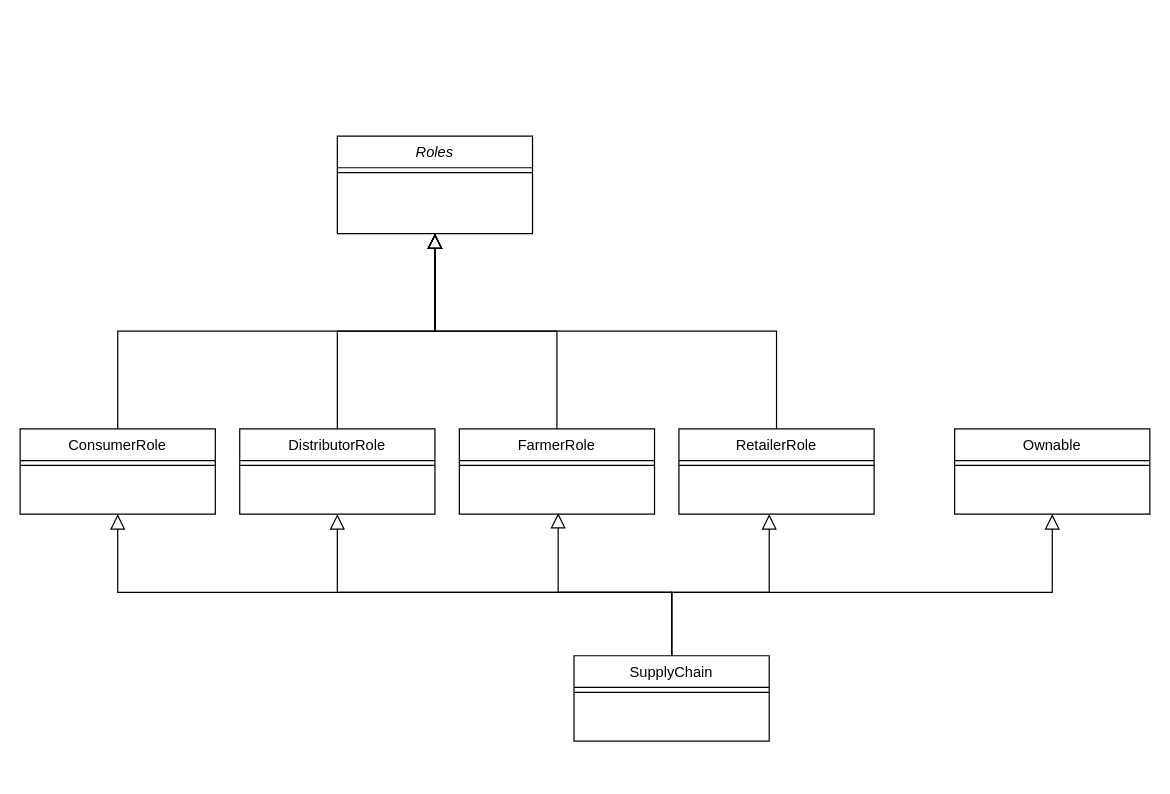
Above: project_3/diagrams/SupplyChain-Class-Diagram.drawio in icole/blockchain_nanodegree (draw.io), before the change. Source tidied: cells renumbered, new cells numbered last; positions are measured from the earlier drawing's top-left corner, leaving out a move shared by most shapes. Both pictures are drawn from the tidied source at 122%, with x=0, y=0 at pixel (20, 135).
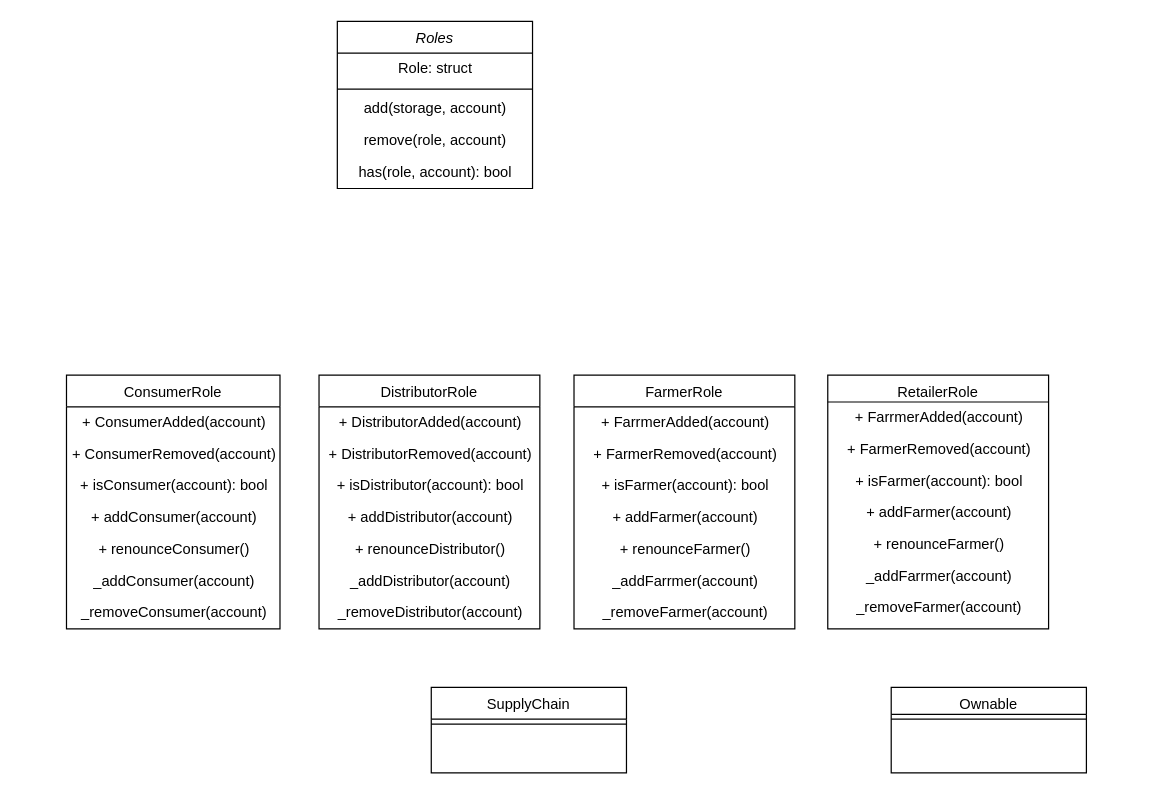
Above is the later version.

Change to the diagram source:
```diff
@@
     <mxCell id="2" value="Roles" style="swimlane;fontStyle=2;align=center;verticalAlign=top;horizontal=1;startSize=26;rounded=0;shadow=0;strokeWidth=1;" parent="1" vertex="1">
-      <mxGeometry x="260" width="160" height="80" as="geometry" />
+      <mxGeometry x="260" y="-94" width="160" height="137" as="geometry" />
     </mxCell>
+    <mxCell id="25" value="Role: struct" style="text;html=1;align=center;verticalAlign=middle;strokeColor=none;" parent="2" vertex="1">
+      <mxGeometry y="26" width="160" height="26" as="geometry" />
+    </mxCell>
     <mxCell id="3" style="line;html=1;strokeWidth=1;align=left;verticalAlign=middle;spacingTop=-1;spacingLeft=3;spacingRight=3;labelPosition=right;" parent="2" vertex="1">
-      <mxGeometry y="26" width="160" height="8" as="geometry" />
+      <mxGeometry y="52" width="160" height="7" as="geometry" />
     </mxCell>
+    <mxCell id="26" value="add(storage, account)" style="text;html=1;align=center;verticalAlign=middle;strokeColor=none;" parent="2" vertex="1">
+      <mxGeometry y="59" width="160" height="26" as="geometry" />
+    </mxCell>
+    <mxCell id="27" value="remove(role, account)" style="text;html=1;align=center;verticalAlign=middle;strokeColor=none;" parent="2" vertex="1">
+      <mxGeometry y="85" width="160" height="26" as="geometry" />
+    </mxCell>
+    <mxCell id="28" value="has(role, account): bool" style="text;html=1;align=center;verticalAlign=middle;strokeColor=none;" parent="2" vertex="1">
+      <mxGeometry y="111" width="160" height="26" as="geometry" />
+    </mxCell>
     <mxCell id="4" value="ConsumerRole" style="swimlane;fontStyle=0;align=center;verticalAlign=top;horizontal=1;startSize=26;rounded=0;shadow=0;strokeWidth=1;" parent="1" vertex="1">
-      <mxGeometry y="240" width="160" height="70" as="geometry" />
+      <mxGeometry x="38" y="196" width="175" height="208" as="geometry" />
     </mxCell>
-    <mxCell id="5" style="line;html=1;strokeWidth=1;align=left;verticalAlign=middle;spacingTop=-1;spacingLeft=3;spacingRight=3;labelPosition=right;" parent="4" vertex="1">
-      <mxGeometry y="26" width="160" height="8" as="geometry" />
-    </mxCell>
-    <mxCell id="6" style="endArrow=block;endSize=10;endFill=0;shadow=0;strokeWidth=1;rounded=0;edgeStyle=elbowEdgeStyle;elbow=vertical;" parent="1" edge="1" source="4" target="2">
-      <mxGeometry relative="1" as="geometry">
-        <Array as="points">
-          <mxPoint x="80" y="160" />
-        </Array>
-      </mxGeometry>
-    </mxCell>
-    <mxCell id="7" value="DistributorRole" style="swimlane;fontStyle=0;align=center;verticalAlign=top;horizontal=1;startSize=26;rounded=0;shadow=0;strokeWidth=1;" parent="1" vertex="1">
-      <mxGeometry x="180" y="240" width="160" height="70" as="geometry" />
-    </mxCell>
-    <mxCell id="8" style="line;html=1;strokeWidth=1;align=left;verticalAlign=middle;spacingTop=-1;spacingLeft=3;spacingRight=3;labelPosition=right;" parent="7" vertex="1">
-      <mxGeometry y="26" width="160" height="8" as="geometry" />
-    </mxCell>
-    <mxCell id="9" style="endArrow=block;endSize=10;endFill=0;shadow=0;strokeWidth=1;rounded=0;edgeStyle=elbowEdgeStyle;elbow=vertical;" parent="1" edge="1" source="7" target="2">
-      <mxGeometry relative="1" as="geometry" />
-    </mxCell>
-    <mxCell id="10" value="FarmerRole" style="swimlane;fontStyle=0;align=center;verticalAlign=top;horizontal=1;startSize=26;rounded=0;shadow=0;strokeWidth=1;" parent="1" vertex="1">
-      <mxGeometry x="360" y="240" width="160" height="70" as="geometry" />
-    </mxCell>
-    <mxCell id="11" style="line;html=1;strokeWidth=1;align=left;verticalAlign=middle;spacingTop=-1;spacingLeft=3;spacingRight=3;labelPosition=right;" parent="10" vertex="1">
-      <mxGeometry y="26" width="160" height="8" as="geometry" />
-    </mxCell>
-    <mxCell id="12" value="RetailerRole" style="swimlane;fontStyle=0;align=center;verticalAlign=top;horizontal=1;startSize=26;rounded=0;shadow=0;strokeWidth=1;" parent="1" vertex="1">
-      <mxGeometry x="540" y="240" width="160" height="70" as="geometry" />
-    </mxCell>
-    <mxCell id="13" style="line;html=1;strokeWidth=1;align=left;verticalAlign=middle;spacingTop=-1;spacingLeft=3;spacingRight=3;labelPosition=right;" parent="12" vertex="1">
-      <mxGeometry y="26" width="160" height="8" as="geometry" />
-    </mxCell>
-    <mxCell id="14" style="endArrow=block;endSize=10;endFill=0;shadow=0;strokeWidth=1;rounded=0;edgeStyle=elbowEdgeStyle;elbow=vertical;" parent="1" edge="1">
-      <mxGeometry relative="1" as="geometry">
-        <mxPoint x="440" y="240" as="sourcePoint" />
-        <mxPoint x="340" y="80" as="targetPoint" />
-      </mxGeometry>
-    </mxCell>
-    <mxCell id="15" style="endArrow=block;endSize=10;endFill=0;shadow=0;strokeWidth=1;rounded=0;edgeStyle=elbowEdgeStyle;elbow=vertical;exitX=0.5;exitY=0;exitDx=0;exitDy=0;" parent="1" edge="1" source="12">
-      <mxGeometry relative="1" as="geometry">
-        <mxPoint x="340" y="80" as="targetPoint" />
-      </mxGeometry>
-    </mxCell>
+    <mxCell id="29" value="&lt;div&gt;+ ConsumerAdded(account)&lt;/div&gt;" style="text;html=1;align=center;verticalAlign=middle;strokeColor=none;" parent="4" vertex="1">
+      <mxGeometry y="26" width="175" height="26" as="geometry" />
+    </mxCell>
+    <mxCell id="30" value="+ ConsumerRemoved(account)" style="text;html=1;align=center;verticalAlign=middle;strokeColor=none;" parent="4" vertex="1">
+      <mxGeometry y="52" width="175" height="26" as="geometry" />
+    </mxCell>
+    <mxCell id="31" value="&lt;div&gt;+ isConsumer(account): bool&lt;/div&gt;" style="text;html=1;align=center;verticalAlign=middle;strokeColor=none;" parent="4" vertex="1">
+      <mxGeometry y="78" width="175" height="26" as="geometry" />
+    </mxCell>
+    <mxCell id="32" value="&lt;div&gt;+ addConsumer(account)&lt;/div&gt;" style="text;html=1;align=center;verticalAlign=middle;strokeColor=none;" parent="4" vertex="1">
+      <mxGeometry y="104" width="175" height="26" as="geometry" />
+    </mxCell>
+    <mxCell id="33" value="+ renounceConsumer()" style="text;html=1;align=center;verticalAlign=middle;strokeColor=none;" parent="4" vertex="1">
+      <mxGeometry y="130" width="175" height="26" as="geometry" />
+    </mxCell>
+    <mxCell id="34" value="_addConsumer(account)" style="text;html=1;align=center;verticalAlign=middle;strokeColor=none;" parent="4" vertex="1">
+      <mxGeometry y="156" width="175" height="26" as="geometry" />
+    </mxCell>
+    <mxCell id="35" value="&lt;div&gt;_removeConsumer(account)&lt;/div&gt;" style="text;html=1;align=center;verticalAlign=middle;strokeColor=none;" parent="4" vertex="1">
+      <mxGeometry y="182" width="175" height="26" as="geometry" />
+    </mxCell>
-    <mxCell id="16" value="Ownable" style="swimlane;fontStyle=0;align=center;verticalAlign=top;horizontal=1;startSize=26;rounded=0;shadow=0;strokeWidth=1;" parent="1" vertex="1">
-      <mxGeometry x="766" y="240" width="160" height="70" as="geometry" />
+    <mxCell id="16" value="Ownable" style="swimlane;fontStyle=0;align=center;verticalAlign=top;horizontal=1;startSize=22;rounded=0;shadow=0;strokeWidth=1;" parent="1" vertex="1">
+      <mxGeometry x="714" y="452" width="160" height="70" as="geometry" />
     </mxCell>
     <mxCell id="17" style="line;html=1;strokeWidth=1;align=left;verticalAlign=middle;spacingTop=-1;spacingLeft=3;spacingRight=3;labelPosition=right;" parent="16" vertex="1">
-      <mxGeometry y="26" width="160" height="8" as="geometry" />
+      <mxGeometry y="22" width="160" height="8" as="geometry" />
     </mxCell>
     <mxCell id="18" value="SupplyChain" style="swimlane;fontStyle=0;align=center;verticalAlign=top;horizontal=1;startSize=26;rounded=0;shadow=0;strokeWidth=1;" parent="1" vertex="1">
-      <mxGeometry x="454" y="426" width="160" height="70" as="geometry" />
+      <mxGeometry x="337" y="452" width="160" height="70" as="geometry" />
     </mxCell>
@@
-    <mxCell id="20" style="endArrow=block;endSize=10;endFill=0;shadow=0;strokeWidth=1;rounded=0;edgeStyle=elbowEdgeStyle;elbow=vertical;exitX=0.5;exitY=0;exitDx=0;exitDy=0;" parent="1" edge="1" source="18">
-      <mxGeometry relative="1" as="geometry">
-        <mxPoint x="80" y="310" as="targetPoint" />
-        <Array as="points">
-          <mxPoint x="194" y="374" />
-        </Array>
-      </mxGeometry>
-    </mxCell>
-    <mxCell id="21" style="endArrow=block;endSize=10;endFill=0;shadow=0;strokeWidth=1;rounded=0;edgeStyle=elbowEdgeStyle;elbow=vertical;exitX=0.5;exitY=0;exitDx=0;exitDy=0;" parent="1" edge="1" source="18">
-      <mxGeometry relative="1" as="geometry">
-        <mxPoint x="260" y="310" as="targetPoint" />
-        <Array as="points">
-          <mxPoint x="389" y="374" />
-        </Array>
-      </mxGeometry>
-    </mxCell>
-    <mxCell id="22" style="endArrow=block;endSize=10;endFill=0;shadow=0;strokeWidth=1;rounded=0;edgeStyle=elbowEdgeStyle;elbow=vertical;exitX=0.5;exitY=0;exitDx=0;exitDy=0;" parent="1" edge="1" source="18">
-      <mxGeometry relative="1" as="geometry">
-        <mxPoint x="441" y="309" as="targetPoint" />
-        <Array as="points">
-          <mxPoint x="493" y="374" />
-        </Array>
-      </mxGeometry>
-    </mxCell>
-    <mxCell id="23" style="endArrow=block;endSize=10;endFill=0;shadow=0;strokeWidth=1;rounded=0;edgeStyle=elbowEdgeStyle;elbow=vertical;" parent="1" edge="1">
-      <mxGeometry relative="1" as="geometry">
-        <mxPoint x="534" y="426" as="sourcePoint" />
-        <mxPoint x="614" y="310" as="targetPoint" />
-        <Array as="points">
-          <mxPoint x="571" y="374" />
-        </Array>
-      </mxGeometry>
-    </mxCell>
-    <mxCell id="24" style="endArrow=block;endSize=10;endFill=0;shadow=0;strokeWidth=1;rounded=0;edgeStyle=elbowEdgeStyle;elbow=vertical;exitX=0.5;exitY=0;exitDx=0;exitDy=0;entryX=0.5;entryY=1;entryDx=0;entryDy=0;" parent="1" edge="1" source="18" target="16">
-      <mxGeometry relative="1" as="geometry">
-        <Array as="points">
-          <mxPoint x="818" y="374" />
-          <mxPoint x="558" y="361" />
-          <mxPoint x="688" y="374" />
-        </Array>
-      </mxGeometry>
-    </mxCell>
+    <mxCell id="7" value="DistributorRole" style="swimlane;fontStyle=0;align=center;verticalAlign=top;horizontal=1;startSize=26;rounded=0;shadow=0;strokeWidth=1;" parent="1" vertex="1">
+      <mxGeometry x="245" y="196" width="181" height="208" as="geometry" />
+    </mxCell>
+    <mxCell id="36" value="&lt;div&gt;+ DistributorAdded(account)&lt;span style=&quot;white-space: pre&quot;&gt;&lt;/span&gt;&lt;/div&gt;" style="text;html=1;align=center;verticalAlign=middle;strokeColor=none;" parent="7" vertex="1">
+      <mxGeometry y="26" width="181" height="26" as="geometry" />
+    </mxCell>
+    <mxCell id="37" value="+ DistributorRemoved(account)" style="text;html=1;align=center;verticalAlign=middle;strokeColor=none;" parent="7" vertex="1">
+      <mxGeometry y="52" width="181" height="26" as="geometry" />
+    </mxCell>
+    <mxCell id="38" value="&lt;div&gt;+ isDistributor(account): bool&lt;/div&gt;" style="text;html=1;align=center;verticalAlign=middle;strokeColor=none;" parent="7" vertex="1">
+      <mxGeometry y="78" width="181" height="26" as="geometry" />
+    </mxCell>
+    <mxCell id="39" value="&lt;div&gt;+ addDistributor(account)&lt;/div&gt;" style="text;html=1;align=center;verticalAlign=middle;strokeColor=none;" parent="7" vertex="1">
+      <mxGeometry y="104" width="181" height="26" as="geometry" />
+    </mxCell>
+    <mxCell id="40" value="+ renounceDistributor()" style="text;html=1;align=center;verticalAlign=middle;strokeColor=none;" parent="7" vertex="1">
+      <mxGeometry y="130" width="181" height="26" as="geometry" />
+    </mxCell>
+    <mxCell id="41" value="_addDistributor(account)" style="text;html=1;align=center;verticalAlign=middle;strokeColor=none;" parent="7" vertex="1">
+      <mxGeometry y="156" width="181" height="26" as="geometry" />
+    </mxCell>
+    <mxCell id="42" value="&lt;div&gt;_removeDistributor(account)&lt;/div&gt;" style="text;html=1;align=center;verticalAlign=middle;strokeColor=none;" parent="7" vertex="1">
+      <mxGeometry y="182" width="181" height="26" as="geometry" />
+    </mxCell>
+    <mxCell id="10" value="FarmerRole" style="swimlane;fontStyle=0;align=center;verticalAlign=top;horizontal=1;startSize=26;rounded=0;shadow=0;strokeWidth=1;" parent="1" vertex="1">
+      <mxGeometry x="454" y="196" width="181" height="208" as="geometry" />
+    </mxCell>
+    <mxCell id="43" value="&lt;div&gt;+ FarrmerAdded(account)&lt;span style=&quot;white-space: pre&quot;&gt;&lt;/span&gt;&lt;/div&gt;" style="text;html=1;align=center;verticalAlign=middle;strokeColor=none;" parent="10" vertex="1">
+      <mxGeometry y="26" width="181" height="26" as="geometry" />
+    </mxCell>
+    <mxCell id="44" value="&lt;div&gt;+ Farmer&lt;span style=&quot;white-space: pre&quot;&gt;&lt;/span&gt;Removed(account)&lt;/div&gt;" style="text;html=1;align=center;verticalAlign=middle;strokeColor=none;" parent="10" vertex="1">
+      <mxGeometry y="52" width="181" height="26" as="geometry" />
+    </mxCell>
+    <mxCell id="45" value="&lt;div&gt;+ isFarmer(account): bool&lt;/div&gt;" style="text;html=1;align=center;verticalAlign=middle;strokeColor=none;" parent="10" vertex="1">
+      <mxGeometry y="78" width="181" height="26" as="geometry" />
+    </mxCell>
+    <mxCell id="46" value="&lt;div&gt;+ addFarmer(account)&lt;/div&gt;" style="text;html=1;align=center;verticalAlign=middle;strokeColor=none;" parent="10" vertex="1">
+      <mxGeometry y="104" width="181" height="26" as="geometry" />
+    </mxCell>
+    <mxCell id="47" value="+ renounceFarmer()" style="text;html=1;align=center;verticalAlign=middle;strokeColor=none;" parent="10" vertex="1">
+      <mxGeometry y="130" width="181" height="26" as="geometry" />
+    </mxCell>
+    <mxCell id="48" value="_addFarrmer(account)" style="text;html=1;align=center;verticalAlign=middle;strokeColor=none;" parent="10" vertex="1">
+      <mxGeometry y="156" width="181" height="26" as="geometry" />
+    </mxCell>
+    <mxCell id="49" value="&lt;div&gt;_removeFarmer(account)&lt;/div&gt;" style="text;html=1;align=center;verticalAlign=middle;strokeColor=none;" parent="10" vertex="1">
+      <mxGeometry y="182" width="181" height="26" as="geometry" />
+    </mxCell>
+    <mxCell id="12" value="RetailerRole" style="swimlane;fontStyle=0;align=center;verticalAlign=top;horizontal=1;startSize=22;rounded=0;shadow=0;strokeWidth=1;" parent="1" vertex="1">
+      <mxGeometry x="662" y="196" width="181" height="208" as="geometry" />
+    </mxCell>
+    <mxCell id="50" value="&lt;div&gt;+ FarrmerAdded(account)&lt;span style=&quot;white-space: pre&quot;&gt;&lt;/span&gt;&lt;/div&gt;" style="text;html=1;align=center;verticalAlign=middle;strokeColor=none;" parent="12" vertex="1">
+      <mxGeometry y="22" width="181" height="26" as="geometry" />
+    </mxCell>
+    <mxCell id="51" value="&lt;div&gt;+ Farmer&lt;span style=&quot;white-space: pre&quot;&gt;&lt;/span&gt;Removed(account)&lt;/div&gt;" style="text;html=1;align=center;verticalAlign=middle;strokeColor=none;" parent="12" vertex="1">
+      <mxGeometry y="48" width="181" height="26" as="geometry" />
+    </mxCell>
+    <mxCell id="52" value="&lt;div&gt;+ isFarmer(account): bool&lt;/div&gt;" style="text;html=1;align=center;verticalAlign=middle;strokeColor=none;" parent="12" vertex="1">
+      <mxGeometry y="74" width="181" height="26" as="geometry" />
+    </mxCell>
+    <mxCell id="53" value="&lt;div&gt;+ addFarmer(account)&lt;/div&gt;" style="text;html=1;align=center;verticalAlign=middle;strokeColor=none;" parent="12" vertex="1">
+      <mxGeometry y="100" width="181" height="26" as="geometry" />
+    </mxCell>
+    <mxCell id="54" value="+ renounceFarmer()" style="text;html=1;align=center;verticalAlign=middle;strokeColor=none;" parent="12" vertex="1">
+      <mxGeometry y="126" width="181" height="26" as="geometry" />
+    </mxCell>
+    <mxCell id="55" value="_addFarrmer(account)" style="text;html=1;align=center;verticalAlign=middle;strokeColor=none;" parent="12" vertex="1">
+      <mxGeometry y="152" width="181" height="26" as="geometry" />
+    </mxCell>
+    <mxCell id="56" value="&lt;div&gt;_removeFarmer(account)&lt;/div&gt;" style="text;html=1;align=center;verticalAlign=middle;strokeColor=none;" parent="12" vertex="1">
+      <mxGeometry y="178" width="181" height="26" as="geometry" />
+    </mxCell>
```
